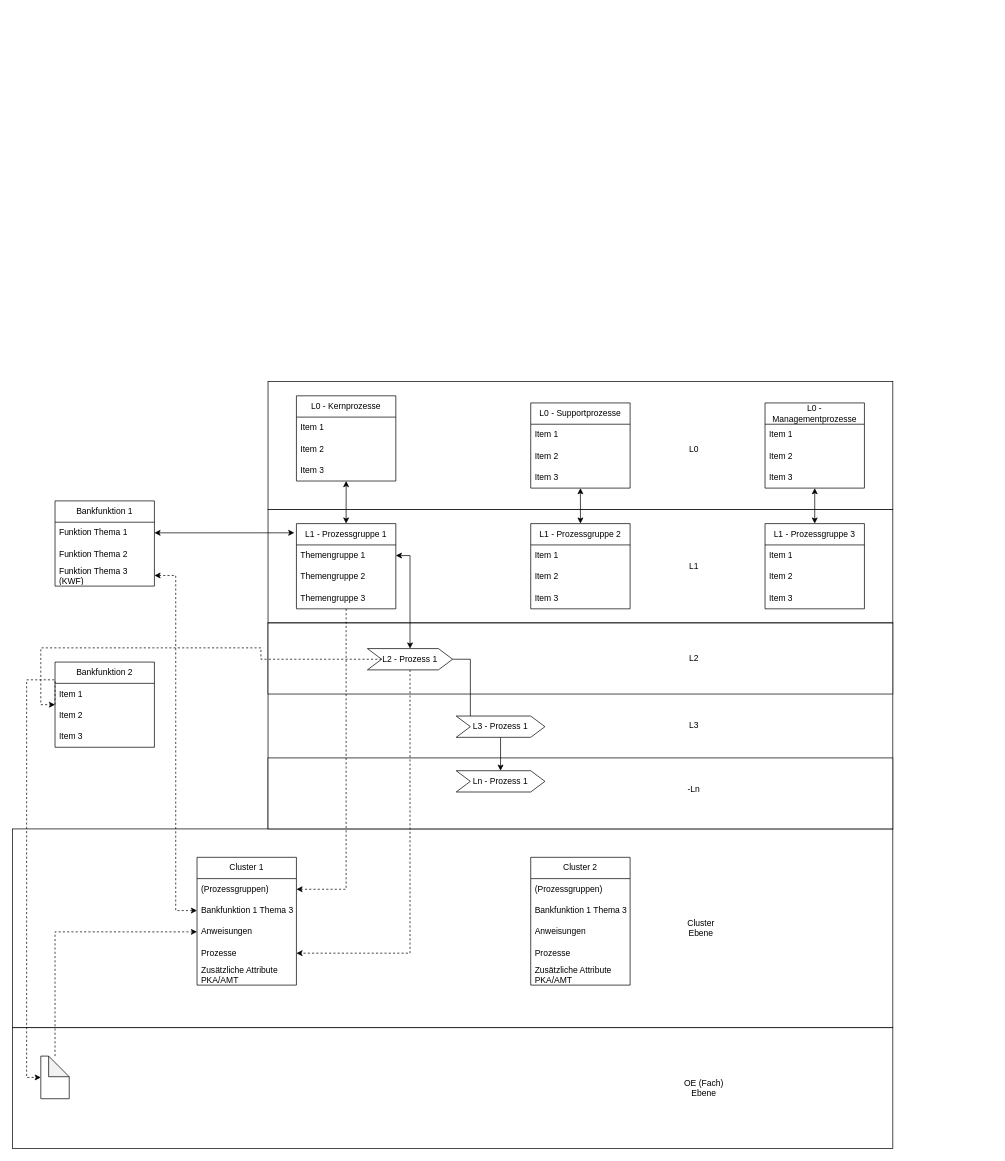
This is Unbenanntes Diagramm.drawio from Lupus1974/MyStuff, a draw.io file, before an edit. Source tidied: cells renumbered, new cells numbered last; positions are measured from the earlier drawing's top-left corner, leaving out a move shared by most shapes. Both pictures are drawn from the tidied source at 71%, with x=0, y=0 at pixel (12, 381).
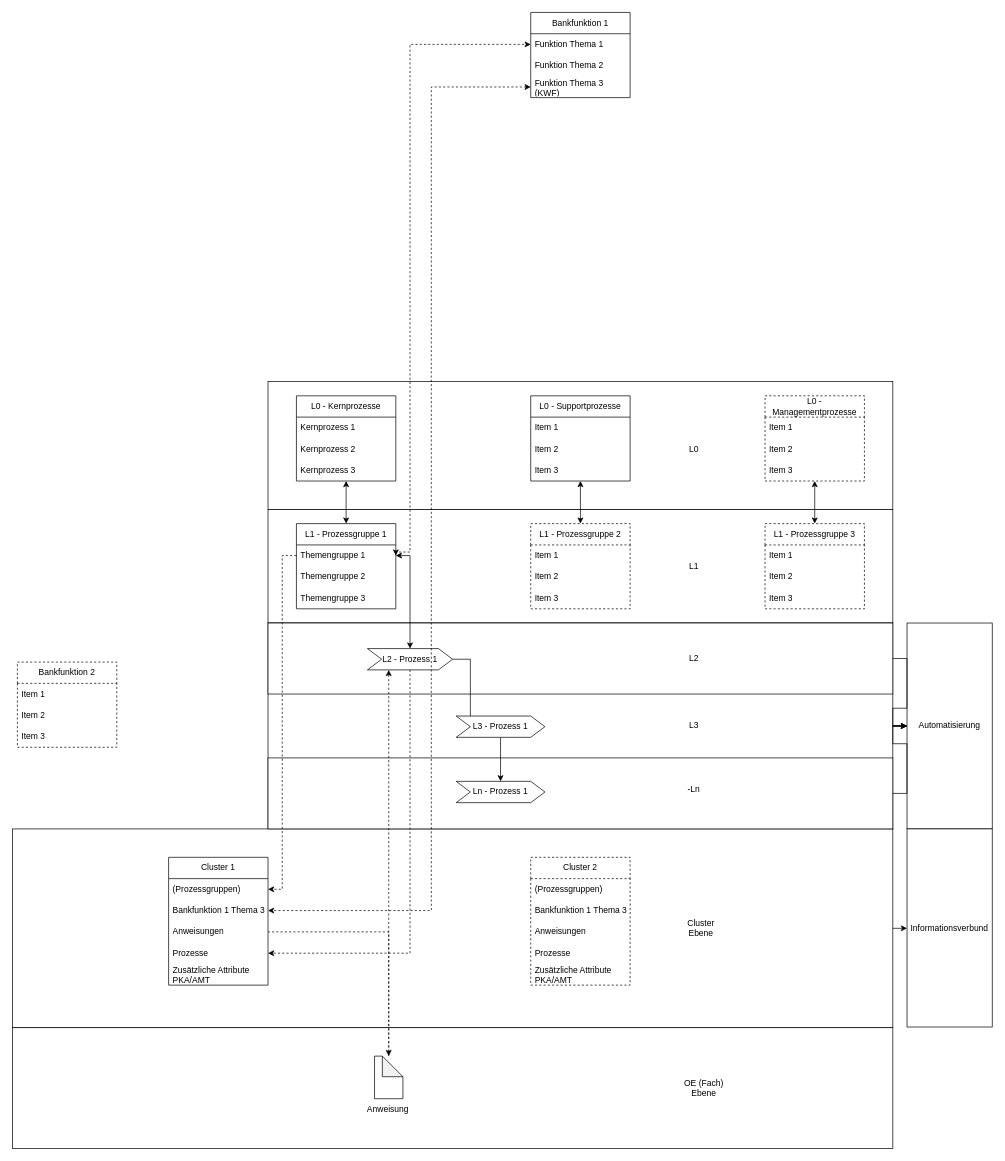
Above is the later version.

Unchanged cells that the change refers to:
```xml
<mxCell id="4" style="rounded=0;whiteSpace=wrap;html=1;" parent="2" vertex="1">
  <mxGeometry x="360" y="340" width="880" height="290" as="geometry" />
</mxCell>
<mxCell id="5" style="rounded=0;whiteSpace=wrap;html=1;" parent="2" vertex="1">
  <mxGeometry y="630" width="1240" height="280" as="geometry" />
</mxCell>
<mxCell id="8" style="rounded=0;whiteSpace=wrap;html=1;" parent="2" vertex="1">
  <mxGeometry x="360" y="340" width="880" height="100" as="geometry" />
</mxCell>
<mxCell id="9" style="rounded=0;whiteSpace=wrap;html=1;" parent="2" vertex="1">
  <mxGeometry x="360" y="530" width="880" height="100" as="geometry" />
</mxCell>
<mxCell id="15" value="Bankfunktion 1 Thema 3" style="text;strokeColor=none;fillColor=none;align=left;verticalAlign=middle;spacingLeft=4;spacingRight=4;overflow=hidden;points=[[0,0.5],[1,0.5]];portConstraint=eastwest;whiteSpace=wrap;html=1;" parent="13" vertex="1">
  <mxGeometry y="60" width="140" height="30" as="geometry" />
</mxCell>
<mxCell id="16" value="Anweisungen" style="text;strokeColor=none;fillColor=none;align=left;verticalAlign=middle;spacingLeft=4;spacingRight=4;overflow=hidden;points=[[0,0.5],[1,0.5]];portConstraint=eastwest;whiteSpace=wrap;html=1;" parent="13" vertex="1">
  <mxGeometry y="90" width="140" height="30" as="geometry" />
</mxCell>
<mxCell id="22" value="L2 - Prozess 1" style="shape=step;perimeter=stepPerimeter;whiteSpace=wrap;html=1;fixedSize=1;" parent="1" vertex="1">
  <mxGeometry x="500" y="376" width="120" height="30" as="geometry" />
</mxCell>
<mxCell id="24" value="Funktion Thema 1" style="text;strokeColor=none;fillColor=none;align=left;verticalAlign=middle;spacingLeft=4;spacingRight=4;overflow=hidden;points=[[0,0.5],[1,0.5]];portConstraint=eastwest;whiteSpace=wrap;html=1;fontColor=light-dark(#000000,#99FF33);" parent="23" vertex="1">
  <mxGeometry y="30" width="140" height="30" as="geometry" />
</mxCell>
<mxCell id="26" value="Funktion Thema 3 (KWF)" style="text;strokeColor=none;fillColor=none;align=left;verticalAlign=middle;spacingLeft=4;spacingRight=4;overflow=hidden;points=[[0,0.5],[1,0.5]];portConstraint=eastwest;whiteSpace=wrap;html=1;" parent="23" vertex="1">
  <mxGeometry y="90" width="140" height="30" as="geometry" />
</mxCell>
<mxCell id="30" value="L1 - Prozessgruppe 1" style="swimlane;fontStyle=0;horizontal=1;startSize=30;whiteSpace=wrap;html=1;" parent="1" vertex="1">
  <mxGeometry x="400" y="200" width="140" height="120" as="geometry" />
</mxCell>
<mxCell id="31" value="Themengruppe 1" style="text;strokeColor=none;fillColor=none;align=left;verticalAlign=middle;spacingLeft=4;spacingRight=4;overflow=hidden;points=[[0,0.5],[1,0.5]];portConstraint=eastwest;whiteSpace=wrap;html=1;fontColor=light-dark(#000000,#66FF66);" parent="30" vertex="1">
  <mxGeometry y="30" width="140" height="30" as="geometry" />
</mxCell>
<mxCell id="52" value="L0 - Kernprozesse" style="swimlane;fontStyle=0;horizontal=1;startSize=30;whiteSpace=wrap;html=1;" parent="1" vertex="1">
  <mxGeometry x="400" y="20" width="140" height="120" as="geometry" />
</mxCell>
```

Change to the diagram source:
```diff
@@
-    <mxCell id="2" style="group;" parent="1" vertex="1">
+    <mxCell id="2" style="group;dashed=1;" parent="1" vertex="1">
       <mxGeometry width="1240" height="910" as="geometry" />
     </mxCell>
@@
+    <mxCell id="57" value="L0 - Supportprozesse" style="swimlane;fontStyle=0;horizontal=1;startSize=30;whiteSpace=wrap;html=1;" parent="2" vertex="1">
+      <mxGeometry x="730" y="20" width="140" height="120" as="geometry" />
+    </mxCell>
+    <mxCell id="58" value="Item 1" style="text;strokeColor=none;fillColor=none;align=left;verticalAlign=middle;spacingLeft=4;spacingRight=4;overflow=hidden;whiteSpace=wrap;html=1;" parent="57" vertex="1">
+      <mxGeometry y="30" width="140" height="30" as="geometry" />
+    </mxCell>
+    <mxCell id="59" value="Item 2" style="text;strokeColor=none;fillColor=none;align=left;verticalAlign=middle;spacingLeft=4;spacingRight=4;overflow=hidden;whiteSpace=wrap;html=1;" parent="57" vertex="1">
+      <mxGeometry y="60" width="140" height="30" as="geometry" />
+    </mxCell>
+    <mxCell id="60" value="Item 3" style="text;strokeColor=none;fillColor=none;align=left;verticalAlign=middle;spacingLeft=4;spacingRight=4;overflow=hidden;whiteSpace=wrap;html=1;" parent="57" vertex="1">
+      <mxGeometry y="90" width="140" height="30" as="geometry" />
+    </mxCell>
+    <mxCell id="62" value="L0 - Managementprozesse" style="swimlane;fontStyle=0;horizontal=1;startSize=30;whiteSpace=wrap;html=1;dashed=1;" parent="2" vertex="1">
+      <mxGeometry x="1060" y="20" width="140" height="120" as="geometry" />
+    </mxCell>
+    <mxCell id="63" value="Item 1" style="text;strokeColor=none;fillColor=none;align=left;verticalAlign=middle;spacingLeft=4;spacingRight=4;overflow=hidden;whiteSpace=wrap;html=1;" parent="62" vertex="1">
+      <mxGeometry y="30" width="140" height="30" as="geometry" />
+    </mxCell>
+    <mxCell id="64" value="Item 2" style="text;strokeColor=none;fillColor=none;align=left;verticalAlign=middle;spacingLeft=4;spacingRight=4;overflow=hidden;whiteSpace=wrap;html=1;" parent="62" vertex="1">
+      <mxGeometry y="60" width="140" height="30" as="geometry" />
+    </mxCell>
+    <mxCell id="65" value="Item 3" style="text;strokeColor=none;fillColor=none;align=left;verticalAlign=middle;spacingLeft=4;spacingRight=4;overflow=hidden;whiteSpace=wrap;html=1;" parent="62" vertex="1">
+      <mxGeometry y="90" width="140" height="30" as="geometry" />
+    </mxCell>
+    <mxCell id="69" value="Bankfunktion 2" style="swimlane;fontStyle=0;horizontal=1;startSize=30;whiteSpace=wrap;html=1;dashed=1;" parent="2" vertex="1">
+      <mxGeometry x="7" y="395" width="140" height="120" as="geometry" />
+    </mxCell>
+    <mxCell id="70" value="Item 1" style="text;strokeColor=none;fillColor=none;align=left;verticalAlign=middle;spacingLeft=4;spacingRight=4;overflow=hidden;whiteSpace=wrap;html=1;" parent="69" vertex="1">
+      <mxGeometry y="30" width="140" height="30" as="geometry" />
+    </mxCell>
+    <mxCell id="71" value="Item 2" style="text;strokeColor=none;fillColor=none;align=left;verticalAlign=middle;spacingLeft=4;spacingRight=4;overflow=hidden;whiteSpace=wrap;html=1;" parent="69" vertex="1">
+      <mxGeometry y="60" width="140" height="30" as="geometry" />
+    </mxCell>
+    <mxCell id="72" value="Item 3" style="text;strokeColor=none;fillColor=none;align=left;verticalAlign=middle;spacingLeft=4;spacingRight=4;overflow=hidden;whiteSpace=wrap;html=1;" parent="69" vertex="1">
+      <mxGeometry y="90" width="140" height="30" as="geometry" />
+    </mxCell>
     <mxCell id="13" value="Cluster 1" style="swimlane;fontStyle=0;horizontal=1;startSize=30;whiteSpace=wrap;html=1;" parent="1" vertex="1">
-      <mxGeometry x="260" y="670" width="140" height="180" as="geometry" />
+      <mxGeometry x="220" y="670" width="140" height="180" as="geometry" />
     </mxCell>
@@
     <mxCell id="23" value="Bankfunktion 1" style="swimlane;fontStyle=0;horizontal=1;startSize=30;whiteSpace=wrap;html=1;" parent="1" vertex="1">
-      <mxGeometry x="60" y="168" width="140" height="120" as="geometry" />
+      <mxGeometry x="730" y="-520" width="140" height="120" as="geometry" />
     </mxCell>
@@
     <mxCell id="27" style="edgeStyle=orthogonalEdgeStyle;rounded=0;jettySize=auto;html=1;dashed=1;startArrow=classic;startFill=1;" parent="1" edge="1" source="26" target="15">
-      <mxGeometry relative="1" as="geometry" />
+      <mxGeometry relative="1" as="geometry">
+        <Array as="points">
+          <mxPoint x="590" y="-415" />
+          <mxPoint x="590" y="745" />
+        </Array>
+      </mxGeometry>
     </mxCell>
-    <mxCell id="28" style="edgeStyle=orthogonalEdgeStyle;rounded=0;jettySize=auto;html=1;entryX=1;entryY=0.5;entryDx=0;entryDy=0;strokeColor=light-dark(#000000,#66FF66);startArrow=classic;startFill=1;exitX=-0.021;exitY=0.108;exitDx=0;exitDy=0;exitPerimeter=0;" parent="1" edge="1" source="30" target="24">
-      <mxGeometry relative="1" as="geometry" />
+    <mxCell id="28" style="edgeStyle=orthogonalEdgeStyle;rounded=0;jettySize=auto;html=1;entryX=0;entryY=0.5;entryDx=0;entryDy=0;strokeColor=light-dark(#000000,#66FF66);startArrow=classic;startFill=1;exitX=1;exitY=0.5;exitDx=0;exitDy=0;dashed=1;" parent="1" edge="1" source="31" target="24">
+      <mxGeometry relative="1" as="geometry">
+        <Array as="points">
+          <mxPoint x="540" y="240" />
+          <mxPoint x="560" y="240" />
+          <mxPoint x="560" y="-475" />
+        </Array>
+      </mxGeometry>
     </mxCell>
-    <mxCell id="29" style="edgeStyle=orthogonalEdgeStyle;rounded=0;jettySize=auto;html=1;entryX=1;entryY=0.25;entryDx=0;entryDy=0;dashed=1;" parent="1" edge="1" source="30" target="13">
+    <mxCell id="29" style="edgeStyle=orthogonalEdgeStyle;rounded=0;jettySize=auto;html=1;entryX=1;entryY=0.25;entryDx=0;entryDy=0;dashed=1;exitX=0;exitY=0.5;exitDx=0;exitDy=0;" parent="1" edge="1" source="31" target="13">
       <mxGeometry relative="1" as="geometry" />
     </mxCell>
@@
-    <mxCell id="34" value="L1 - Prozessgruppe 2" style="swimlane;fontStyle=0;horizontal=1;startSize=30;whiteSpace=wrap;html=1;" parent="1" vertex="1">
+    <mxCell id="34" value="L1 - Prozessgruppe 2" style="swimlane;fontStyle=0;horizontal=1;startSize=30;whiteSpace=wrap;html=1;dashed=1;" parent="1" vertex="1">
       <mxGeometry x="730" y="200" width="140" height="120" as="geometry" />
     </mxCell>
@@
-    <mxCell id="38" value="L1 - Prozessgruppe 3" style="swimlane;fontStyle=0;horizontal=1;startSize=30;whiteSpace=wrap;html=1;" parent="1" vertex="1">
+    <mxCell id="38" value="L1 - Prozessgruppe 3" style="swimlane;fontStyle=0;horizontal=1;startSize=30;whiteSpace=wrap;html=1;dashed=1;" parent="1" vertex="1">
       <mxGeometry x="1060" y="200" width="140" height="120" as="geometry" />
     </mxCell>
@@
     <mxCell id="44" value="Ln - Prozess 1" style="shape=step;perimeter=stepPerimeter;whiteSpace=wrap;html=1;fixedSize=1;" parent="1" vertex="1">
-      <mxGeometry x="625" y="548" width="125" height="30" as="geometry" />
+      <mxGeometry x="625" y="563" width="125" height="30" as="geometry" />
     </mxCell>
-    <mxCell id="45" value="Cluster 2" style="swimlane;fontStyle=0;horizontal=1;startSize=30;whiteSpace=wrap;html=1;" parent="1" vertex="1">
+    <mxCell id="45" value="Cluster 2" style="swimlane;fontStyle=0;horizontal=1;startSize=30;whiteSpace=wrap;html=1;fillColor=default;dashed=1;" parent="1" vertex="1">
       <mxGeometry x="730" y="670" width="140" height="180" as="geometry" />
     </mxCell>
@@
-    <mxCell id="53" value="Item 1" style="text;strokeColor=none;fillColor=none;align=left;verticalAlign=middle;spacingLeft=4;spacingRight=4;overflow=hidden;whiteSpace=wrap;html=1;" parent="52" vertex="1">
+    <mxCell id="53" value="Kernprozess 1" style="text;strokeColor=none;fillColor=none;align=left;verticalAlign=middle;spacingLeft=4;spacingRight=4;overflow=hidden;whiteSpace=wrap;html=1;" parent="52" vertex="1">
       <mxGeometry y="30" width="140" height="30" as="geometry" />
     </mxCell>
-    <mxCell id="54" value="Item 2" style="text;strokeColor=none;fillColor=none;align=left;verticalAlign=middle;spacingLeft=4;spacingRight=4;overflow=hidden;whiteSpace=wrap;html=1;" parent="52" vertex="1">
+    <mxCell id="54" value="Kernprozess 2" style="text;strokeColor=none;fillColor=none;align=left;verticalAlign=middle;spacingLeft=4;spacingRight=4;overflow=hidden;whiteSpace=wrap;html=1;" parent="52" vertex="1">
       <mxGeometry y="60" width="140" height="30" as="geometry" />
     </mxCell>
-    <mxCell id="55" value="Item 3" style="text;strokeColor=none;fillColor=none;align=left;verticalAlign=middle;spacingLeft=4;spacingRight=4;overflow=hidden;whiteSpace=wrap;html=1;" parent="52" vertex="1">
+    <mxCell id="55" value="Kernprozess 3" style="text;strokeColor=none;fillColor=none;align=left;verticalAlign=middle;spacingLeft=4;spacingRight=4;overflow=hidden;whiteSpace=wrap;html=1;" parent="52" vertex="1">
       <mxGeometry y="90" width="140" height="30" as="geometry" />
     </mxCell>
@@
-    <mxCell id="57" value="L0 - Supportprozesse" style="swimlane;fontStyle=0;horizontal=1;startSize=30;whiteSpace=wrap;html=1;" parent="1" vertex="1">
-      <mxGeometry x="730" y="30" width="140" height="120" as="geometry" />
-    </mxCell>
-    <mxCell id="58" value="Item 1" style="text;strokeColor=none;fillColor=none;align=left;verticalAlign=middle;spacingLeft=4;spacingRight=4;overflow=hidden;whiteSpace=wrap;html=1;" parent="57" vertex="1">
-      <mxGeometry y="30" width="140" height="30" as="geometry" />
-    </mxCell>
-    <mxCell id="59" value="Item 2" style="text;strokeColor=none;fillColor=none;align=left;verticalAlign=middle;spacingLeft=4;spacingRight=4;overflow=hidden;whiteSpace=wrap;html=1;" parent="57" vertex="1">
-      <mxGeometry y="60" width="140" height="30" as="geometry" />
-    </mxCell>
-    <mxCell id="60" value="Item 3" style="text;strokeColor=none;fillColor=none;align=left;verticalAlign=middle;spacingLeft=4;spacingRight=4;overflow=hidden;whiteSpace=wrap;html=1;" parent="57" vertex="1">
-      <mxGeometry y="90" width="140" height="30" as="geometry" />
-    </mxCell>
@@
-    <mxCell id="62" value="L0 - Managementprozesse" style="swimlane;fontStyle=0;horizontal=1;startSize=30;whiteSpace=wrap;html=1;" parent="1" vertex="1">
-      <mxGeometry x="1060" y="30" width="140" height="120" as="geometry" />
-    </mxCell>
-    <mxCell id="63" value="Item 1" style="text;strokeColor=none;fillColor=none;align=left;verticalAlign=middle;spacingLeft=4;spacingRight=4;overflow=hidden;whiteSpace=wrap;html=1;" parent="62" vertex="1">
-      <mxGeometry y="30" width="140" height="30" as="geometry" />
-    </mxCell>
-    <mxCell id="64" value="Item 2" style="text;strokeColor=none;fillColor=none;align=left;verticalAlign=middle;spacingLeft=4;spacingRight=4;overflow=hidden;whiteSpace=wrap;html=1;" parent="62" vertex="1">
-      <mxGeometry y="60" width="140" height="30" as="geometry" />
-    </mxCell>
-    <mxCell id="65" value="Item 3" style="text;strokeColor=none;fillColor=none;align=left;verticalAlign=middle;spacingLeft=4;spacingRight=4;overflow=hidden;whiteSpace=wrap;html=1;" parent="62" vertex="1">
-      <mxGeometry y="90" width="140" height="30" as="geometry" />
-    </mxCell>
@@
-    <mxCell id="68" style="edgeStyle=orthogonalEdgeStyle;rounded=0;jettySize=auto;html=1;dashed=1;exitX=0;exitY=0.5;exitDx=0;exitDy=0;entryX=0;entryY=0.5;entryDx=0;entryDy=0;entryPerimeter=0;" parent="1" edge="1" source="22" target="69">
-      <mxGeometry relative="1" as="geometry" />
-    </mxCell>
-    <mxCell id="69" value="Bankfunktion 2" style="swimlane;fontStyle=0;horizontal=1;startSize=30;whiteSpace=wrap;html=1;" parent="1" vertex="1">
-      <mxGeometry x="60" y="395" width="140" height="120" as="geometry" />
-    </mxCell>
-    <mxCell id="70" value="Item 1" style="text;strokeColor=none;fillColor=none;align=left;verticalAlign=middle;spacingLeft=4;spacingRight=4;overflow=hidden;whiteSpace=wrap;html=1;" parent="69" vertex="1">
-      <mxGeometry y="30" width="140" height="30" as="geometry" />
-    </mxCell>
-    <mxCell id="71" value="Item 2" style="text;strokeColor=none;fillColor=none;align=left;verticalAlign=middle;spacingLeft=4;spacingRight=4;overflow=hidden;whiteSpace=wrap;html=1;" parent="69" vertex="1">
-      <mxGeometry y="60" width="140" height="30" as="geometry" />
-    </mxCell>
-    <mxCell id="72" value="Item 3" style="text;strokeColor=none;fillColor=none;align=left;verticalAlign=middle;spacingLeft=4;spacingRight=4;overflow=hidden;whiteSpace=wrap;html=1;" parent="69" vertex="1">
-      <mxGeometry y="90" width="140" height="30" as="geometry" />
-    </mxCell>
@@
+    <mxCell id="78" style="edgeStyle=orthogonalEdgeStyle;rounded=0;jettySize=auto;html=1;entryX=0.25;entryY=1;entryDx=0;entryDy=0;dashed=1;" parent="1" edge="1" source="74" target="22">
+      <mxGeometry relative="1" as="geometry" />
+    </mxCell>
-    <mxCell id="74" style="shape=note;whiteSpace=wrap;html=1;backgroundOutline=1;darkOpacity=0.05;size=29;" parent="1" vertex="1">
-      <mxGeometry x="40" y="950" width="40" height="60" as="geometry" />
+    <mxCell id="74" style="shape=note;whiteSpace=wrap;html=1;backgroundOutline=1;darkOpacity=0.05;size=29;align=right;" parent="1" vertex="1">
+      <mxGeometry x="510" y="950" width="40" height="60" as="geometry" />
     </mxCell>
-    <mxCell id="75" style="edgeStyle=orthogonalEdgeStyle;rounded=0;jettySize=auto;html=1;dashed=1;endArrow=classic;endFill=1;" parent="1" edge="1" source="74" target="16">
+    <mxCell id="75" style="edgeStyle=orthogonalEdgeStyle;rounded=0;jettySize=auto;html=1;dashed=1;endArrow=none;endFill=0;startArrow=classic;startFill=1;" parent="1" edge="1" source="74" target="16">
       <mxGeometry relative="1" as="geometry" />
     </mxCell>
-    <mxCell id="76" style="edgeStyle=orthogonalEdgeStyle;rounded=0;jettySize=auto;html=1;dashed=1;exitX=0;exitY=0.5;exitDx=0;exitDy=0;entryX=0;entryY=0.5;entryDx=0;entryDy=0;entryPerimeter=0;" parent="1" edge="1" source="69" target="74">
-      <mxGeometry relative="1" as="geometry">
-        <Array as="points">
-          <mxPoint x="60" y="420" />
-          <mxPoint x="20" y="420" />
-          <mxPoint x="20" y="980" />
-        </Array>
-      </mxGeometry>
-    </mxCell>
@@
+    <mxCell id="79" value="Automatisierung" style="rounded=0;whiteSpace=wrap;html=1;" parent="1" vertex="1">
+      <mxGeometry x="1260" y="340" width="120" height="290" as="geometry" />
+    </mxCell>
+    <mxCell id="80" style="edgeStyle=orthogonalEdgeStyle;rounded=0;jettySize=auto;html=1;" parent="1" edge="1" source="4" target="79">
+      <mxGeometry relative="1" as="geometry" />
+    </mxCell>
+    <mxCell id="81" value="Informationsverbund" style="rounded=0;whiteSpace=wrap;html=1;" parent="1" vertex="1">
+      <mxGeometry x="1260" y="630" width="120" height="279" as="geometry" />
+    </mxCell>
+    <mxCell id="82" style="edgeStyle=orthogonalEdgeStyle;rounded=0;jettySize=auto;html=1;" parent="1" edge="1" source="5" target="81">
+      <mxGeometry relative="1" as="geometry" />
+    </mxCell>
+    <mxCell id="83" style="edgeStyle=orthogonalEdgeStyle;rounded=0;jettySize=auto;html=1;" parent="1" edge="1" source="8" target="79">
+      <mxGeometry relative="1" as="geometry" />
+    </mxCell>
+    <mxCell id="84" style="edgeStyle=orthogonalEdgeStyle;rounded=0;jettySize=auto;html=1;" parent="1" edge="1" source="9" target="79">
+      <mxGeometry relative="1" as="geometry" />
+    </mxCell>
+    <mxCell id="85" value="Anweisung" style="text;html=1;whiteSpace=wrap;strokeColor=none;fillColor=none;align=center;verticalAlign=middle;rounded=0;" parent="1" vertex="1">
+      <mxGeometry x="499" y="1010" width="60" height="30" as="geometry" />
+    </mxCell>
```
